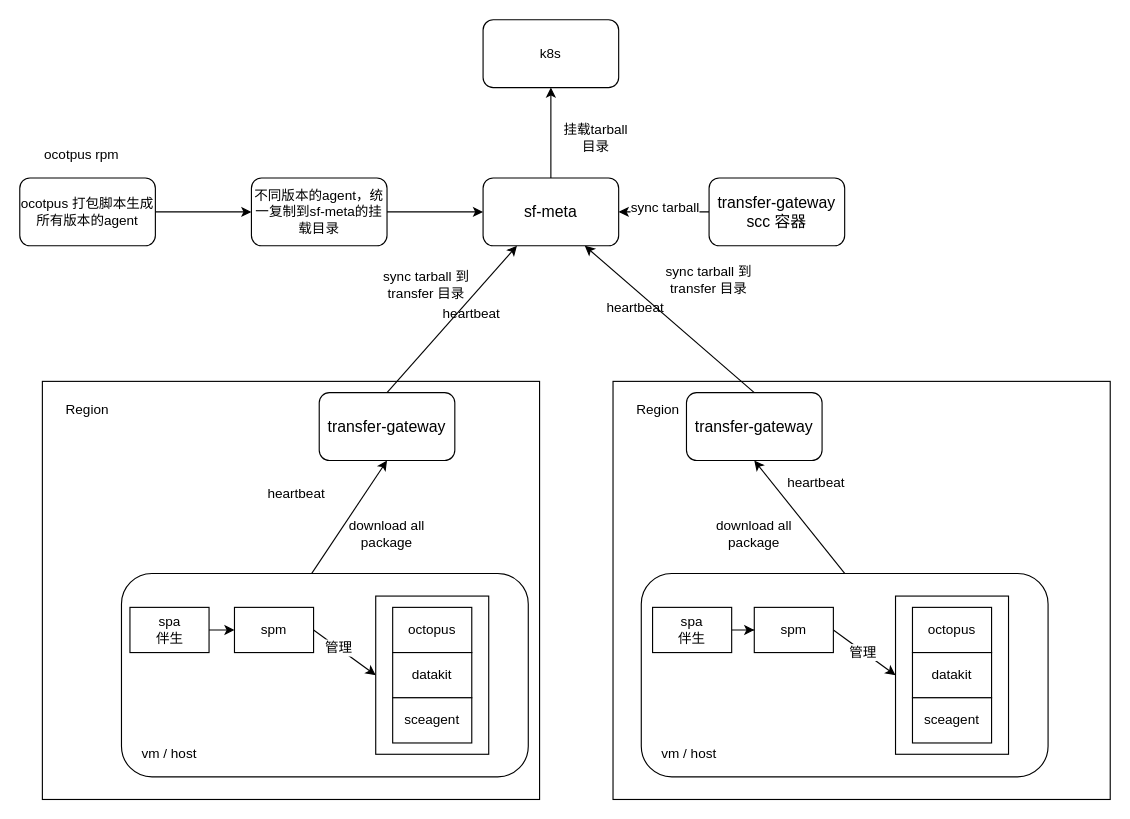
Before: 笔记/专业知识/tmp/准备/draw/agent架构.drawio in HappyBinbin/HappyBinbin.github.io, a draw.io diagram. Source tidied: cells renumbered, new cells numbered last; positions are measured from the earlier drawing's top-left corner, leaving out a move shared by most shapes. Both pictures are drawn from the tidied source at 113%, with x=0, y=0 at pixel (19, 19).
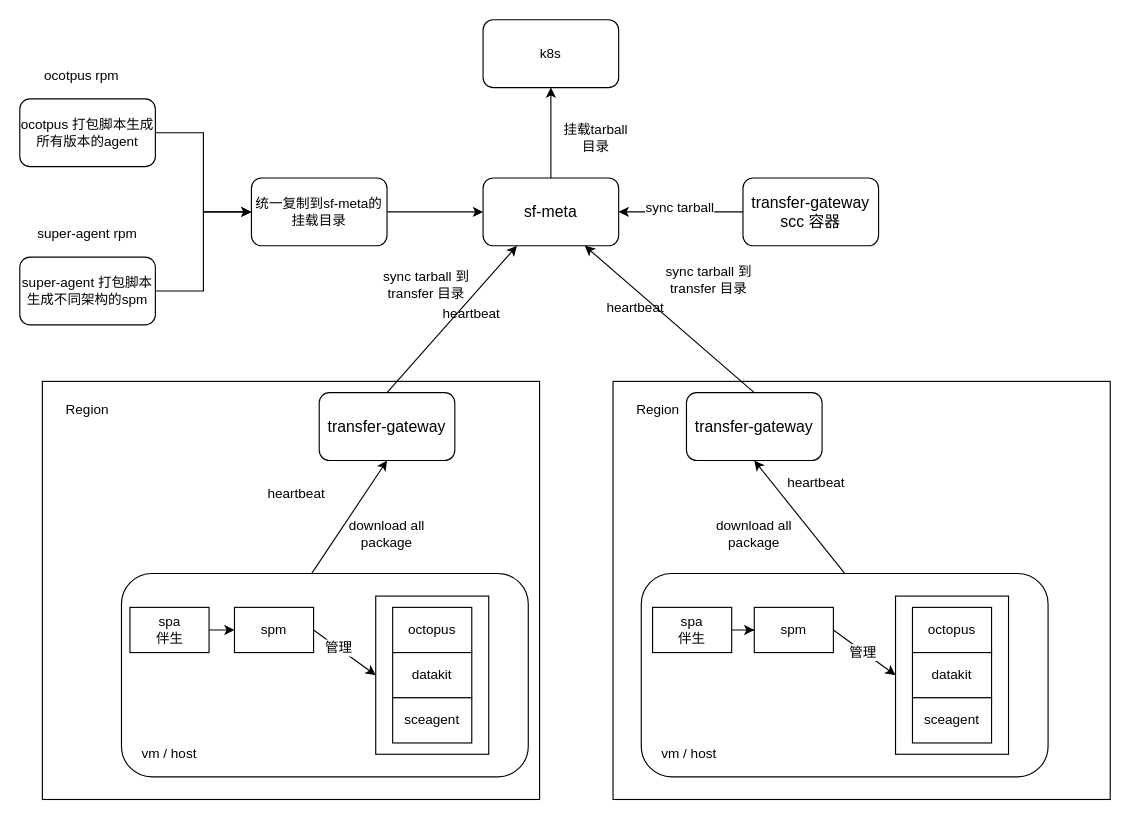
The same page after the edit.

What changed in the source:
```diff
@@
-    <mxCell id="7" value="不同版本的agent，统一复制到sf-meta的挂载目录" style="rounded=1;whiteSpace=wrap;html=1;" parent="1" vertex="1">
+    <mxCell id="7" value="统一复制到sf-meta的挂载目录" style="rounded=1;whiteSpace=wrap;html=1;" parent="1" vertex="1">
       <mxGeometry x="205" y="140" width="120" height="60" as="geometry" />
     </mxCell>
@@
     <mxCell id="11" value="ocotpus 打包脚本生成所有版本的agent" style="rounded=1;whiteSpace=wrap;html=1;" parent="1" vertex="1">
-      <mxGeometry y="140" width="120" height="60" as="geometry" />
+      <mxGeometry y="70" width="120" height="60" as="geometry" />
     </mxCell>
     <mxCell id="12" value="ocotpus rpm" style="text;html=1;strokeColor=none;fillColor=none;align=center;verticalAlign=middle;whiteSpace=wrap;rounded=0;" parent="1" vertex="1">
-      <mxGeometry x="20" y="110" width="70" height="20" as="geometry" />
+      <mxGeometry x="20" y="40" width="70" height="20" as="geometry" />
     </mxCell>
@@
     <mxCell id="59" value="&lt;font style=&quot;font-size: 14px&quot;&gt;transfer-gateway&lt;br&gt;scc 容器&lt;br&gt;&lt;/font&gt;" style="rounded=1;whiteSpace=wrap;html=1;" parent="1" vertex="1">
-      <mxGeometry x="610" y="140" width="120" height="60" as="geometry" />
+      <mxGeometry x="640" y="140" width="120" height="60" as="geometry" />
     </mxCell>
+    <mxCell id="60" style="edgeStyle=orthogonalEdgeStyle;rounded=0;jettySize=auto;html=1;entryX=0;entryY=0.5;entryDx=0;entryDy=0;fontSize=14;" parent="1" edge="1" source="61" target="7">
+      <mxGeometry relative="1" as="geometry" />
+    </mxCell>
+    <mxCell id="61" value="super-agent 打包脚本生成不同架构的spm" style="rounded=1;whiteSpace=wrap;html=1;" parent="1" vertex="1">
+      <mxGeometry y="210" width="120" height="60" as="geometry" />
+    </mxCell>
+    <mxCell id="62" value="super-agent rpm" style="text;html=1;strokeColor=none;fillColor=none;align=center;verticalAlign=middle;whiteSpace=wrap;rounded=0;" parent="1" vertex="1">
+      <mxGeometry x="10" y="180" width="100" height="20" as="geometry" />
+    </mxCell>
```
